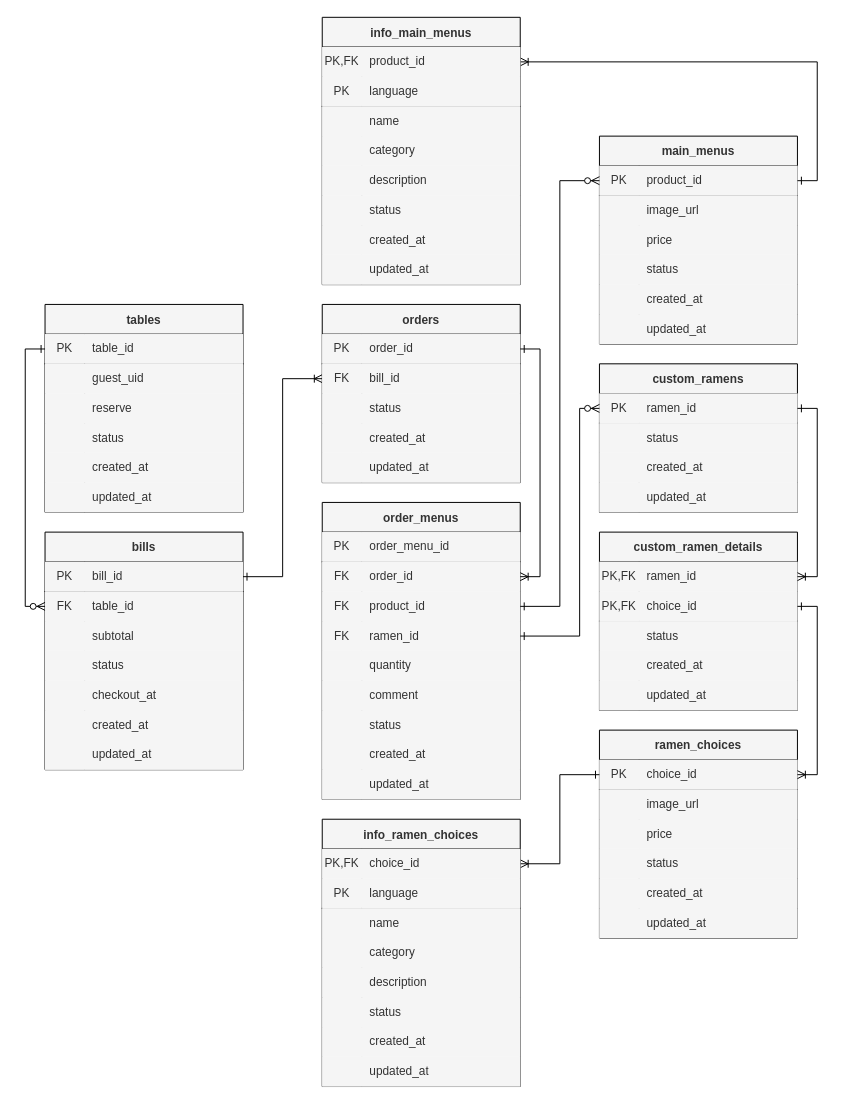
Before: page "ER Diagram" (2 of 3) of Document/Design Diagram.drawio in PiriyaDEV/harihari-ramen, a draw.io diagram. Source tidied: cells renumbered, new cells numbered last; positions are measured from the earlier drawing's top-left corner, leaving out a move shared by most shapes. Both pictures are drawn from the tidied source at 99%, with x=0, y=0 at pixel (45, 17).
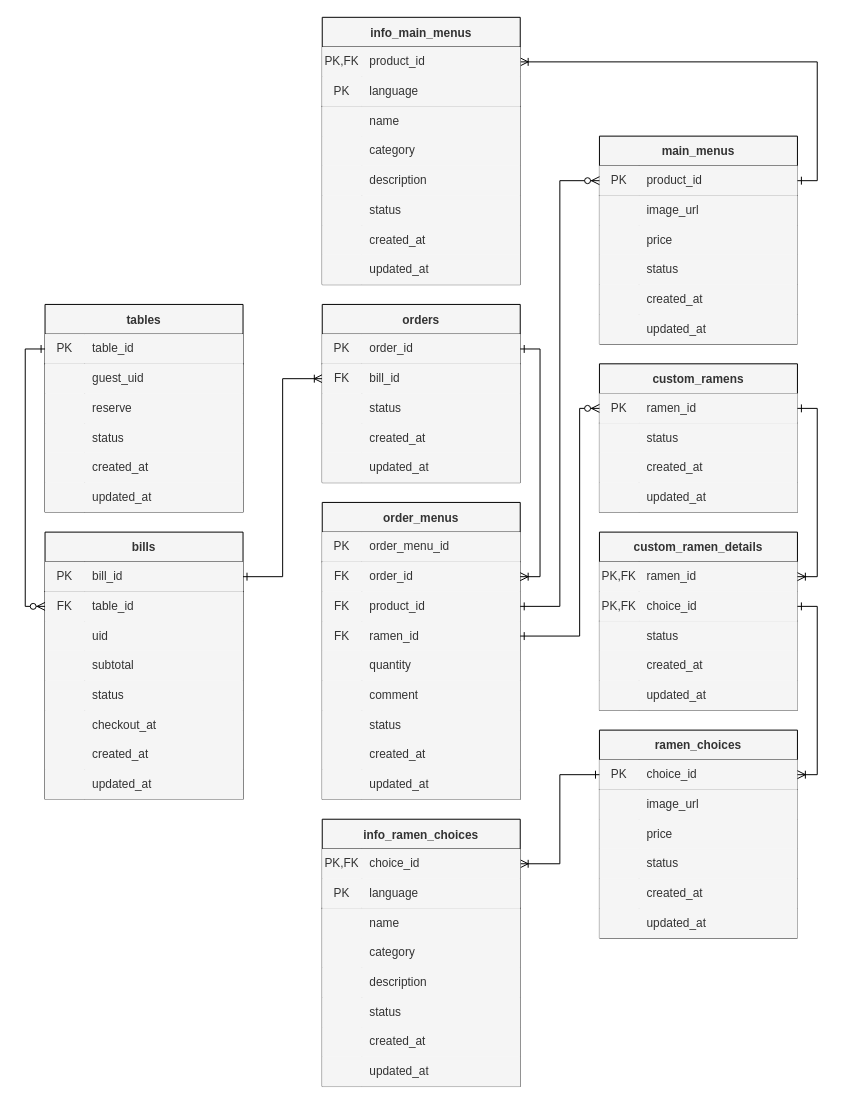
After the change.

Change to the diagram source:
```diff
@@
     <mxCell id="40" value="bills" style="shape=table;startSize=30;childLayout=tableLayout;rowLines=0;fontStyle=1;align=center;labelBackgroundColor=none;fillColor=#f5f5f5;fontColor=#333333;strokeColor=#030303;" parent="1" vertex="1">
-      <mxGeometry y="520" width="200" height="240" as="geometry" />
+      <mxGeometry y="520" width="200" height="270" as="geometry" />
     </mxCell>
@@
+    <mxCell id="213" style="shape=partialRectangle;html=1;whiteSpace=wrap;fillColor=#f5f5f5;top=0;left=0;bottom=0;right=0;labelBackgroundColor=none;fontColor=#333333;strokeColor=#030303;" parent="40" vertex="1">
+      <mxGeometry y="90" width="200" height="30" as="geometry" />
+    </mxCell>
+    <mxCell id="214" style="shape=partialRectangle;html=1;whiteSpace=wrap;fillColor=#f5f5f5;top=0;left=0;bottom=0;right=0;overflow=hidden;labelBackgroundColor=none;fontColor=#333333;strokeColor=#030303;" parent="213" vertex="1">
+      <mxGeometry width="40" height="30" as="geometry" />
+    </mxCell>
+    <mxCell id="215" value="uid" style="shape=partialRectangle;html=1;whiteSpace=wrap;fillColor=#f5f5f5;top=0;left=0;bottom=0;right=0;align=left;spacingLeft=6;overflow=hidden;labelBackgroundColor=none;fontColor=#333333;strokeColor=#030303;" parent="213" vertex="1">
+      <mxGeometry x="40" width="160" height="30" as="geometry" />
+    </mxCell>
     <mxCell id="47" style="shape=partialRectangle;html=1;whiteSpace=wrap;fillColor=#f5f5f5;top=0;left=0;bottom=0;right=0;labelBackgroundColor=none;fontColor=#333333;strokeColor=#030303;" parent="40" vertex="1">
-      <mxGeometry y="90" width="200" height="30" as="geometry" />
+      <mxGeometry y="120" width="200" height="30" as="geometry" />
     </mxCell>
@@
     <mxCell id="50" style="shape=partialRectangle;html=1;whiteSpace=wrap;fillColor=#f5f5f5;top=0;left=0;bottom=0;right=0;labelBackgroundColor=none;fontColor=#333333;strokeColor=#030303;" parent="40" vertex="1">
-      <mxGeometry y="120" width="200" height="30" as="geometry" />
+      <mxGeometry y="150" width="200" height="30" as="geometry" />
     </mxCell>
@@
     <mxCell id="53" style="shape=partialRectangle;html=1;whiteSpace=wrap;fillColor=#f5f5f5;top=0;left=0;bottom=0;right=0;labelBackgroundColor=none;fontColor=#333333;strokeColor=#030303;" parent="40" vertex="1">
-      <mxGeometry y="150" width="200" height="30" as="geometry" />
+      <mxGeometry y="180" width="200" height="30" as="geometry" />
     </mxCell>
@@
     <mxCell id="56" style="shape=partialRectangle;html=1;whiteSpace=wrap;fillColor=#f5f5f5;top=0;left=0;bottom=0;right=0;labelBackgroundColor=none;fontColor=#333333;strokeColor=#030303;" parent="40" vertex="1">
-      <mxGeometry y="180" width="200" height="30" as="geometry" />
+      <mxGeometry y="210" width="200" height="30" as="geometry" />
     </mxCell>
@@
     <mxCell id="59" style="shape=partialRectangle;html=1;whiteSpace=wrap;fillColor=#f5f5f5;top=0;left=0;bottom=0;right=0;labelBackgroundColor=none;fontColor=#333333;strokeColor=#030303;" parent="40" vertex="1">
-      <mxGeometry y="210" width="200" height="30" as="geometry" />
+      <mxGeometry y="240" width="200" height="30" as="geometry" />
     </mxCell>
```
